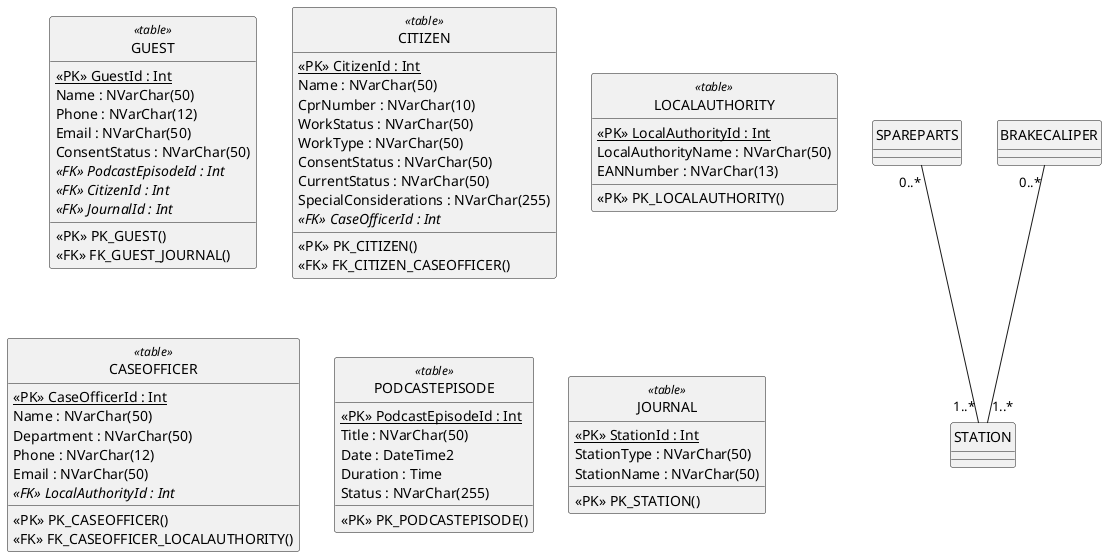
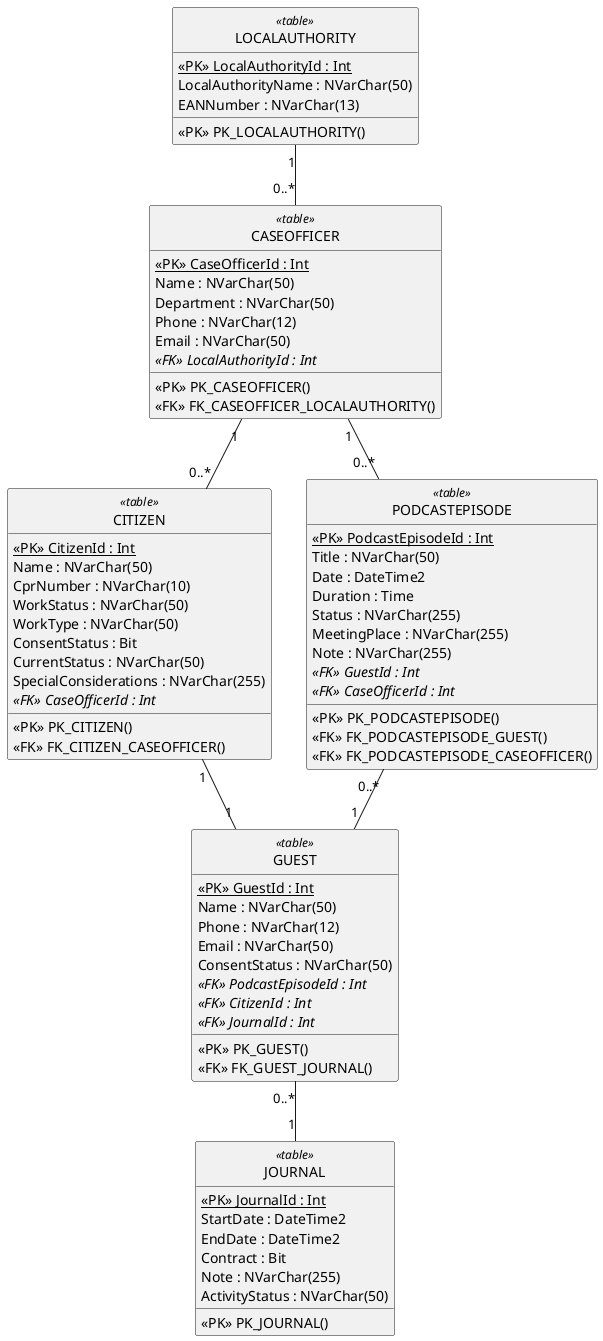
@startuml - UML DatabaseModel for Budweg
hide circle

/'Relationer
SPAREPARTS(<ins>SparePartId</ins> SparePartType, SparePartAmount)
STATION(<ins>StationId</ins>, StationType, StationsName, *SparePartId*)
BRAKECALIPER(<ins>CaliperId</ins>, CaliperType, CaliperStatus, Barcode, CaliperNumber, OrderNumber, Note, *StationId*)
'/
class "GUEST" <<table>>{
    {static} <<PK>> GuestId : Int
    {field} Name : NVarChar(50)
    {field} Phone : NVarChar(12)
    {field} Email : NVarChar(50)
    {field} ConsentStatus : NVarChar(50)
    //<<FK>> PodcastEpisodeId : Int//
    //<<FK>> CitizenId : Int//
    //<<FK>> JournalId : Int//
    {method} <<PK>> PK_GUEST()
    {method} <<FK>> FK_GUEST_JOURNAL()
}

class "CITIZEN" <<table>>{
    {static} <<PK>> CitizenId : Int
    {field} Name : NVarChar(50)
    {field} CprNumber : NVarChar(10)
    {field} WorkStatus : NVarChar(50)
    {field} WorkType : NVarChar(50)
-     {field} ConsentStatus : NVarChar(50)
+     {field} ConsentStatus : Bit
    {field} CurrentStatus : NVarChar(50)
    {field} SpecialConsiderations : NVarChar(255)
    //<<FK>> CaseOfficerId : Int//
    {method} <<PK>> PK_CITIZEN()
    {method} <<FK>> FK_CITIZEN_CASEOFFICER()
}

class "LOCALAUTHORITY" <<table>>{
    {static} <<PK>> LocalAuthorityId : Int
    {field} LocalAuthorityName : NVarChar(50)
    {field} EANNumber : NVarChar(13)
    {method} <<PK>> PK_LOCALAUTHORITY()
}

class "CASEOFFICER" <<table>>{
    {static} <<PK>> CaseOfficerId : Int
    {field} Name : NVarChar(50)
    {field} Department : NVarChar(50)
    {field} Phone : NVarChar(12)
    {field} Email : NVarChar(50)
    //<<FK>> LocalAuthorityId : Int//
    {method} <<PK>> PK_CASEOFFICER()
    {method} <<FK>> FK_CASEOFFICER_LOCALAUTHORITY()

}

class "PODCASTEPISODE" <<table>>{
    {static} <<PK>> PodcastEpisodeId : Int
    {field} Title : NVarChar(50)
    {field} Date : DateTime2
    {field} Duration : Time
    {field} Status : NVarChar(255)
+     {field} MeetingPlace : NVarChar(255)
+     {field} Note : NVarChar(255)
+     //<<FK>> GuestId : Int//
+     //<<FK>> CaseOfficerId : Int//
    {method} <<PK>> PK_PODCASTEPISODE()
+     {method} <<FK>> FK_PODCASTEPISODE_GUEST()
+     {method} <<FK>> FK_PODCASTEPISODE_CASEOFFICER()
}

class "JOURNAL" <<table>>{
-     {static} <<PK>> StationId : Int
-     {field} StationType : NVarChar(50)
-     {field} StationName : NVarChar(50)
-     {method} <<PK>> PK_STATION()
+     {static} <<PK>> JournalId : Int
+     {field} StartDate : DateTime2
+     {field} EndDate : DateTime2
+     {field} Contract : Bit
+     {field} Note : NVarChar(255)
+     {field} ActivityStatus : NVarChar(50)
+     {method} <<PK>> PK_JOURNAL()
}
'relationer'
- SPAREPARTS "0..*" -- "1..*" STATION
- BRAKECALIPER "0..*" -- "1..*" STATION
+ LOCALAUTHORITY "1" -- "0..*" CASEOFFICER
+ CASEOFFICER "1" -- "0..*" PODCASTEPISODE
+ CASEOFFICER "1" -- "0..*" CITIZEN
+ CITIZEN "1" -- "1" GUEST
+ PODCASTEPISODE "0..*" -- "1" GUEST
+ GUEST "0..*" -- "1" JOURNAL


@enduml